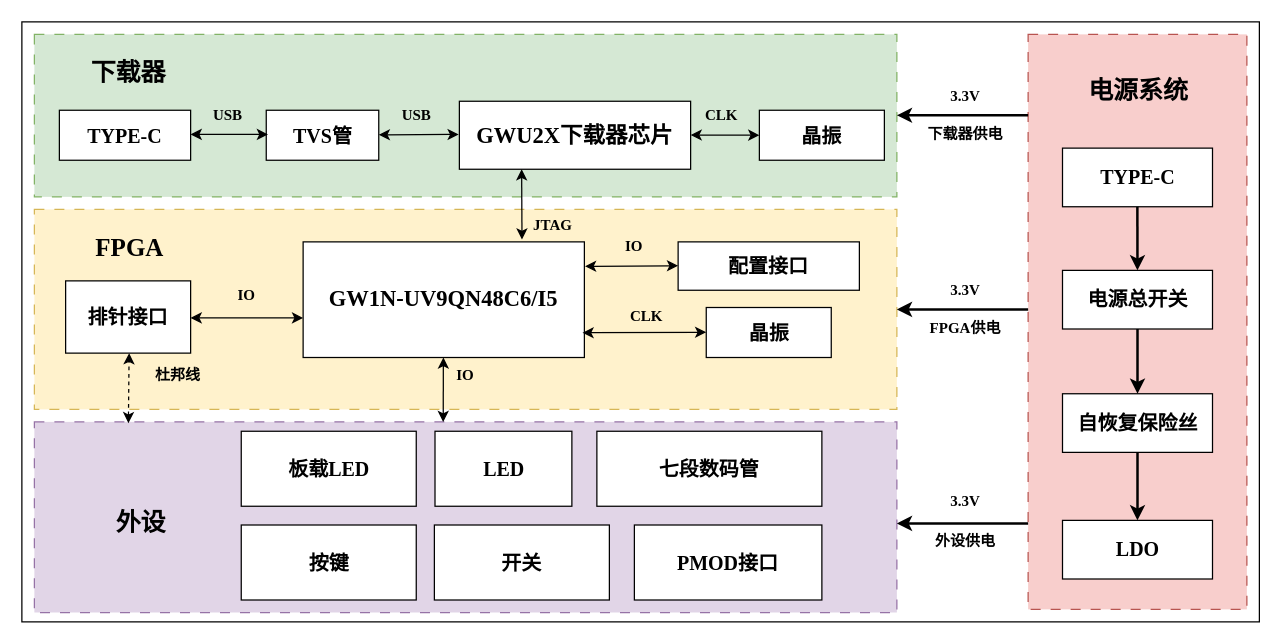
Before: Passer_V3.0整体框图.drawio in zeandon/draw.io, a draw.io diagram. Source tidied: cells renumbered, new cells numbered last; positions are measured from the earlier drawing's top-left corner, leaving out a move shared by most shapes. Both pictures are drawn from the tidied source at 125%, with x=0, y=0 at pixel (21, 21).
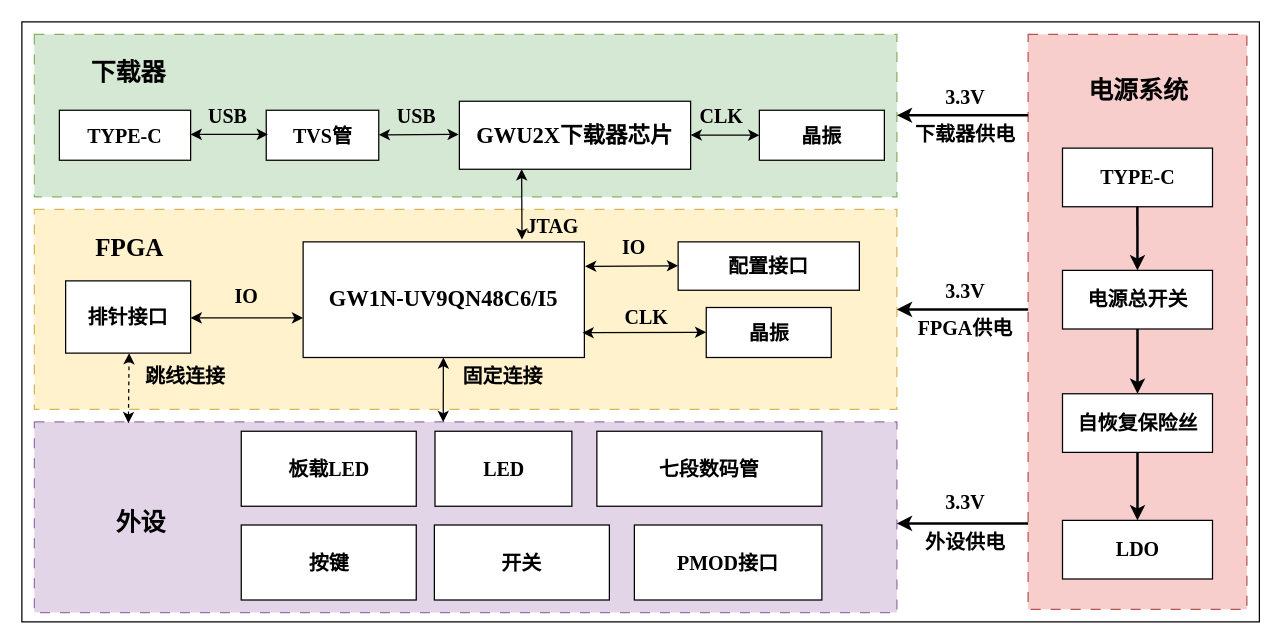
After the change.

Commit message:
更新Passer_V3.0整体框图.drawio

Change to the diagram source:
```diff
@@
-    <mxCell id="10" value="USB" style="text;html=1;whiteSpace=wrap;strokeColor=none;fillColor=none;align=center;verticalAlign=middle;rounded=0;fontStyle=1;fontSize=12;fontFamily=Times New Roman;" parent="1" vertex="1">
+    <mxCell id="10" value="USB" style="text;html=1;whiteSpace=wrap;strokeColor=none;fillColor=none;align=center;verticalAlign=middle;rounded=0;fontStyle=1;fontSize=16;fontFamily=Times New Roman;" parent="1" vertex="1">
       <mxGeometry x="140" y="60" width="50" height="30" as="geometry" />
     </mxCell>
@@
-    <mxCell id="19" value="3.3V" style="text;html=1;whiteSpace=wrap;strokeColor=none;fillColor=none;align=center;verticalAlign=middle;rounded=0;fontStyle=1;fontSize=12;fontFamily=Times New Roman;" parent="1" vertex="1">
-      <mxGeometry x="730" y="45" width="50" height="30" as="geometry" />
+    <mxCell id="19" value="3.3V" style="text;html=1;whiteSpace=wrap;strokeColor=none;fillColor=none;align=center;verticalAlign=middle;rounded=0;fontStyle=1;fontSize=16;fontFamily=Times New Roman;" parent="1" vertex="1">
+      <mxGeometry x="725" y="45" width="60" height="30" as="geometry" />
     </mxCell>
-    <mxCell id="20" value="3.3V" style="text;html=1;whiteSpace=wrap;strokeColor=none;fillColor=none;align=center;verticalAlign=middle;rounded=0;fontStyle=1;fontSize=12;fontFamily=Times New Roman;" parent="1" vertex="1">
-      <mxGeometry x="730" y="368.8" width="50" height="30" as="geometry" />
+    <mxCell id="20" value="3.3V" style="text;html=1;whiteSpace=wrap;strokeColor=none;fillColor=none;align=center;verticalAlign=middle;rounded=0;fontStyle=1;fontSize=16;fontFamily=Times New Roman;" parent="1" vertex="1">
+      <mxGeometry x="725" y="368.8" width="60" height="30" as="geometry" />
     </mxCell>
-    <mxCell id="21" value="3.3V" style="text;html=1;whiteSpace=wrap;strokeColor=none;fillColor=none;align=center;verticalAlign=middle;rounded=0;fontStyle=1;fontSize=12;fontFamily=Times New Roman;" parent="1" vertex="1">
-      <mxGeometry x="730" y="200" width="50" height="30" as="geometry" />
+    <mxCell id="21" value="3.3V" style="text;html=1;whiteSpace=wrap;strokeColor=none;fillColor=none;align=center;verticalAlign=middle;rounded=0;fontStyle=1;fontSize=16;fontFamily=Times New Roman;" parent="1" vertex="1">
+      <mxGeometry x="725" y="200" width="60" height="30" as="geometry" />
     </mxCell>
-    <mxCell id="22" value="下载器供电" style="text;html=1;whiteSpace=wrap;strokeColor=none;fillColor=none;align=center;verticalAlign=middle;rounded=0;fontStyle=1;fontSize=12;fontFamily=Times New Roman;" parent="1" vertex="1">
-      <mxGeometry x="715" y="75" width="80" height="30" as="geometry" />
+    <mxCell id="22" value="下载器供电" style="text;html=1;whiteSpace=wrap;strokeColor=none;fillColor=none;align=center;verticalAlign=middle;rounded=0;fontStyle=1;fontSize=16;fontFamily=Times New Roman;" parent="1" vertex="1">
+      <mxGeometry x="705" y="75" width="100" height="30" as="geometry" />
     </mxCell>
-    <mxCell id="23" value="外设供电" style="text;html=1;whiteSpace=wrap;strokeColor=none;fillColor=none;align=center;verticalAlign=middle;rounded=0;fontStyle=1;fontSize=12;fontFamily=Times New Roman;" parent="1" vertex="1">
-      <mxGeometry x="720" y="401.2" width="70" height="30" as="geometry" />
+    <mxCell id="23" value="外设供电" style="text;html=1;whiteSpace=wrap;strokeColor=none;fillColor=none;align=center;verticalAlign=middle;rounded=0;fontStyle=1;fontSize=16;fontFamily=Times New Roman;" parent="1" vertex="1">
+      <mxGeometry x="710" y="401.2" width="90" height="30" as="geometry" />
     </mxCell>
-    <mxCell id="24" value="FPGA供电" style="text;html=1;whiteSpace=wrap;strokeColor=none;fillColor=none;align=center;verticalAlign=middle;rounded=0;fontStyle=1;fontSize=12;fontFamily=Times New Roman;" parent="1" vertex="1">
-      <mxGeometry x="715" y="230" width="80" height="30" as="geometry" />
+    <mxCell id="24" value="FPGA供电" style="text;html=1;whiteSpace=wrap;strokeColor=none;fillColor=none;align=center;verticalAlign=middle;rounded=0;fontStyle=1;fontSize=16;fontFamily=Times New Roman;" parent="1" vertex="1">
+      <mxGeometry x="705" y="230" width="100" height="30" as="geometry" />
     </mxCell>
@@
-    <mxCell id="26" value="IO" style="text;html=1;whiteSpace=wrap;strokeColor=none;fillColor=none;align=center;verticalAlign=middle;rounded=0;fontStyle=1;fontSize=12;fontFamily=Times New Roman;" parent="1" vertex="1">
-      <mxGeometry x="335" y="267.5" width="40" height="30" as="geometry" />
+    <mxCell id="26" value="固定连接" style="text;html=1;whiteSpace=wrap;strokeColor=none;fillColor=none;align=center;verticalAlign=middle;rounded=0;fontStyle=1;fontSize=16;fontFamily=Times New Roman;" parent="1" vertex="1">
+      <mxGeometry x="340.2" y="267.5" width="90" height="30" as="geometry" />
     </mxCell>
-    <mxCell id="27" value="CLK" style="text;html=1;whiteSpace=wrap;strokeColor=none;fillColor=none;align=center;verticalAlign=middle;rounded=0;fontStyle=1;fontSize=12;fontFamily=Times New Roman;" parent="1" vertex="1">
-      <mxGeometry x="475" y="221.1" width="50" height="30" as="geometry" />
+    <mxCell id="27" value="CLK" style="text;html=1;whiteSpace=wrap;strokeColor=none;fillColor=none;align=center;verticalAlign=middle;rounded=0;fontStyle=1;fontSize=16;fontFamily=Times New Roman;" parent="1" vertex="1">
+      <mxGeometry x="470" y="221.1" width="60" height="30" as="geometry" />
     </mxCell>
@@
-    <mxCell id="38" value="JTAG" style="text;html=1;whiteSpace=wrap;strokeColor=none;fillColor=none;align=center;verticalAlign=middle;rounded=0;fontStyle=1;fontSize=12;fontFamily=Times New Roman;" parent="1" vertex="1">
-      <mxGeometry x="400" y="147.9" width="50" height="30" as="geometry" />
+    <mxCell id="38" value="JTAG" style="text;html=1;whiteSpace=wrap;strokeColor=none;fillColor=none;align=center;verticalAlign=middle;rounded=0;fontStyle=1;fontSize=16;fontFamily=Times New Roman;" parent="1" vertex="1">
+      <mxGeometry x="395" y="147.9" width="60" height="30" as="geometry" />
     </mxCell>
@@
-    <mxCell id="45" value="USB" style="text;html=1;whiteSpace=wrap;strokeColor=none;fillColor=none;align=center;verticalAlign=middle;rounded=0;fontStyle=1;fontSize=12;fontFamily=Times New Roman;" parent="1" vertex="1">
+    <mxCell id="45" value="USB" style="text;html=1;whiteSpace=wrap;strokeColor=none;fillColor=none;align=center;verticalAlign=middle;rounded=0;fontStyle=1;fontSize=16;fontFamily=Times New Roman;" parent="1" vertex="1">
       <mxGeometry x="290.5" y="60" width="50" height="30" as="geometry" />
     </mxCell>
-    <mxCell id="46" value="CLK" style="text;html=1;whiteSpace=wrap;strokeColor=none;fillColor=none;align=center;verticalAlign=middle;rounded=0;fontStyle=1;fontSize=12;fontFamily=Times New Roman;" parent="1" vertex="1">
-      <mxGeometry x="535" y="60" width="50" height="30" as="geometry" />
+    <mxCell id="46" value="CLK" style="text;html=1;whiteSpace=wrap;strokeColor=none;fillColor=none;align=center;verticalAlign=middle;rounded=0;fontStyle=1;fontSize=16;fontFamily=Times New Roman;" parent="1" vertex="1">
+      <mxGeometry x="530" y="60" width="60" height="30" as="geometry" />
     </mxCell>
-    <mxCell id="47" value="杜邦线" style="text;html=1;whiteSpace=wrap;strokeColor=none;fillColor=none;align=center;verticalAlign=middle;rounded=0;fontStyle=1;fontSize=12;fontFamily=Times New Roman;" parent="1" vertex="1">
-      <mxGeometry x="95" y="267.5" width="60" height="30" as="geometry" />
+    <mxCell id="47" value="跳线连接" style="text;html=1;whiteSpace=wrap;strokeColor=none;fillColor=none;align=center;verticalAlign=middle;rounded=0;fontStyle=1;fontSize=16;fontFamily=Times New Roman;" parent="1" vertex="1">
+      <mxGeometry x="85.5" y="267.5" width="90" height="30" as="geometry" />
     </mxCell>
@@
-    <mxCell id="53" value="IO" style="text;html=1;whiteSpace=wrap;strokeColor=none;fillColor=none;align=center;verticalAlign=middle;rounded=0;fontStyle=1;fontSize=12;fontFamily=Times New Roman;" parent="1" vertex="1">
+    <mxCell id="53" value="IO" style="text;html=1;whiteSpace=wrap;strokeColor=none;fillColor=none;align=center;verticalAlign=middle;rounded=0;fontStyle=1;fontSize=16;fontFamily=Times New Roman;" parent="1" vertex="1">
       <mxGeometry x="160" y="203.9" width="40" height="30" as="geometry" />
     </mxCell>
@@
-    <mxCell id="57" value="IO" style="text;html=1;whiteSpace=wrap;strokeColor=none;fillColor=none;align=center;verticalAlign=middle;rounded=0;fontStyle=1;fontSize=12;fontFamily=Times New Roman;" parent="1" vertex="1">
+    <mxCell id="57" value="IO" style="text;html=1;whiteSpace=wrap;strokeColor=none;fillColor=none;align=center;verticalAlign=middle;rounded=0;fontStyle=1;fontSize=16;fontFamily=Times New Roman;" parent="1" vertex="1">
       <mxGeometry x="470" y="165" width="40" height="30" as="geometry" />
     </mxCell>
```
